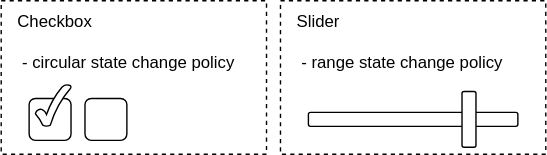
Above: doc/ui/state_control.svg in vitalii-samoilenko/voicemeeter-deskband (draw.io), before the change. Source tidied: cells renumbered, new cells last; positions are measured from the earlier drawing's top-left corner, leaving out a move shared by most shapes.
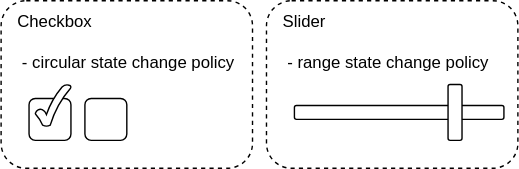
Later version of the same file.

The edit, as a diff of the source:
```diff
@@ -2,17 +2,20 @@
   <root>
     <mxCell id="0" />
     <mxCell id="1" parent="0" />
-    <mxCell id="2" style="rounded=0;whiteSpace=wrap;html=1;dashed=1;fillColor=none;" parent="1" vertex="1">
-      <mxGeometry width="190" height="110" as="geometry" />
-    </mxCell>
+    <mxCell id="13" style="rounded=1;whiteSpace=wrap;html=1;fillColor=none;dashed=1;" parent="1" vertex="1">
+      <mxGeometry x="190" width="180" height="120" as="geometry" />
+    </mxCell>
+    <mxCell id="14" style="rounded=1;whiteSpace=wrap;html=1;fillColor=none;dashed=1;" parent="1" vertex="1">
+      <mxGeometry width="180" height="120" as="geometry" />
+    </mxCell>
     <mxCell id="3" style="rounded=1;whiteSpace=wrap;html=1;" parent="1" vertex="1">
       <mxGeometry x="60" y="70" width="30" height="30" as="geometry" />
     </mxCell>
     <mxCell id="4" value="Checkbox" style="text;html=1;align=left;verticalAlign=middle;whiteSpace=wrap;rounded=0;" parent="1" vertex="1">
-      <mxGeometry x="10" width="170" height="30" as="geometry" />
+      <mxGeometry x="10" width="160" height="30" as="geometry" />
     </mxCell>
     <mxCell id="5" value="&amp;nbsp;- circular state change policy" style="text;html=1;align=left;verticalAlign=middle;whiteSpace=wrap;rounded=0;" parent="1" vertex="1">
-      <mxGeometry x="10" y="30" width="170" height="30" as="geometry" />
+      <mxGeometry x="10" y="30" width="160" height="30" as="geometry" />
     </mxCell>
     <mxCell id="6" style="rounded=1;whiteSpace=wrap;html=1;" parent="1" vertex="1">
       <mxGeometry x="20" y="70" width="30" height="30" as="geometry" />
@@ -20,20 +23,17 @@
     <mxCell id="7" style="verticalLabelPosition=bottom;verticalAlign=top;html=1;shape=mxgraph.basic.tick;" parent="1" vertex="1">
       <mxGeometry x="24.5" y="60" width="25.5" height="30" as="geometry" />
     </mxCell>
-    <mxCell id="8" style="rounded=0;whiteSpace=wrap;html=1;dashed=1;fillColor=none;" parent="1" vertex="1">
-      <mxGeometry x="200" width="190" height="110" as="geometry" />
-    </mxCell>
     <mxCell id="9" value="Slider" style="text;html=1;align=left;verticalAlign=middle;whiteSpace=wrap;rounded=0;" parent="1" vertex="1">
-      <mxGeometry x="210" width="170" height="30" as="geometry" />
+      <mxGeometry x="200" width="160" height="30" as="geometry" />
     </mxCell>
     <mxCell id="10" value="&amp;nbsp;- range state change policy" style="text;html=1;align=left;verticalAlign=middle;whiteSpace=wrap;rounded=0;" parent="1" vertex="1">
-      <mxGeometry x="210" y="30" width="170" height="30" as="geometry" />
+      <mxGeometry x="200" y="30" width="160" height="30" as="geometry" />
     </mxCell>
     <mxCell id="11" style="rounded=1;whiteSpace=wrap;html=1;" parent="1" vertex="1">
-      <mxGeometry x="220" y="80" width="150" height="10" as="geometry" />
+      <mxGeometry x="210" y="75" width="150" height="10" as="geometry" />
     </mxCell>
     <mxCell id="12" style="rounded=1;whiteSpace=wrap;html=1;" parent="1" vertex="1">
-      <mxGeometry x="330" y="65" width="10" height="40" as="geometry" />
+      <mxGeometry x="320" y="60" width="10" height="40" as="geometry" />
     </mxCell>
   </root>
 </mxGraphModel>
```
